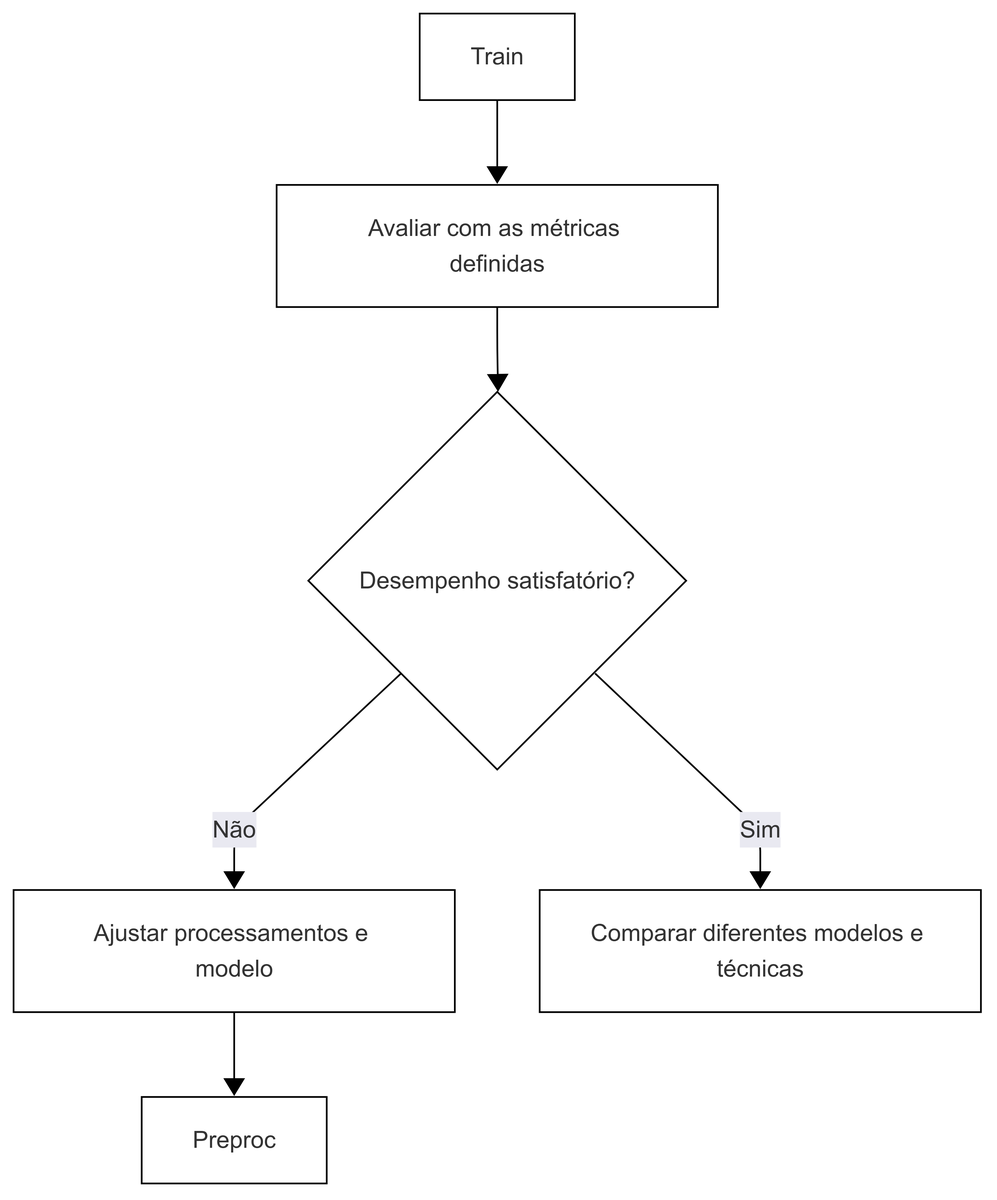
Before: documents/img/metodologia - 6 - avaliação.png, a diagram exported from Mermaid (luanws/masters-thesis). Its source is kept beside it as resources/metodologia - 6 - avaliação.mmd. Source of this version:
```mermaid
flowchart TD
    Train --> Eval[Avaliar com as métricas definidas]
    Eval --> GoodPerf{Desempenho satisfatório?}
    GoodPerf -- Não --> Tweak[Ajustar processamentos e modelo]
    Tweak --> Preproc
    GoodPerf -- Sim --> Compare[Comparar diferentes modelos e técnicas]
```
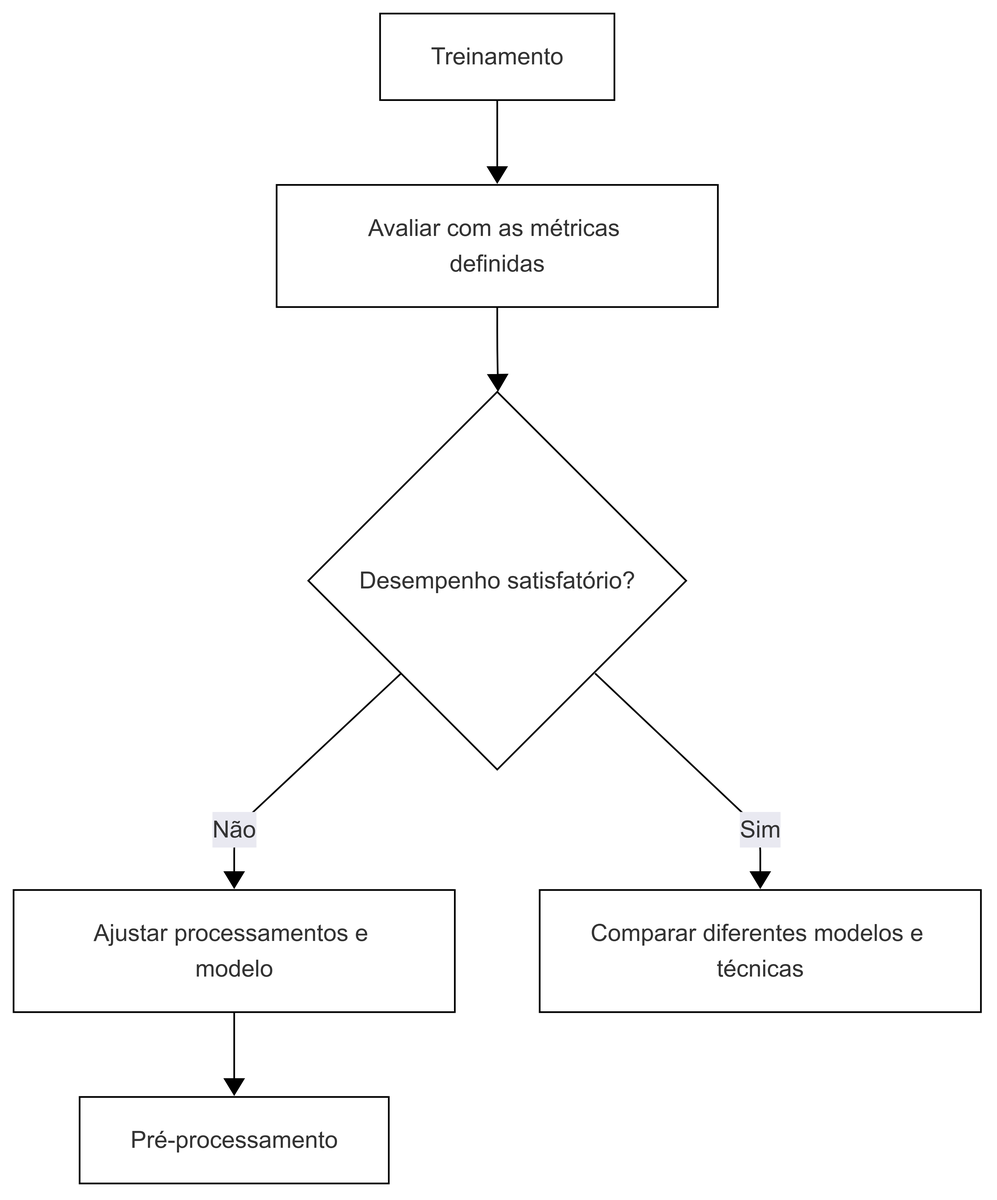
After the commit.

Diff of the diagram source:
```diff
@@ -1,6 +1,6 @@
 flowchart TD
-    Train --> Eval[Avaliar com as métricas definidas]
+    Train[Treinamento] --> Eval[Avaliar com as métricas definidas]
     Eval --> GoodPerf{Desempenho satisfatório?}
     GoodPerf -- Não --> Tweak[Ajustar processamentos e modelo]
-    Tweak --> Preproc
+    Tweak --> Preproc[Pré-processamento]
     GoodPerf -- Sim --> Compare[Comparar diferentes modelos e técnicas]
```
